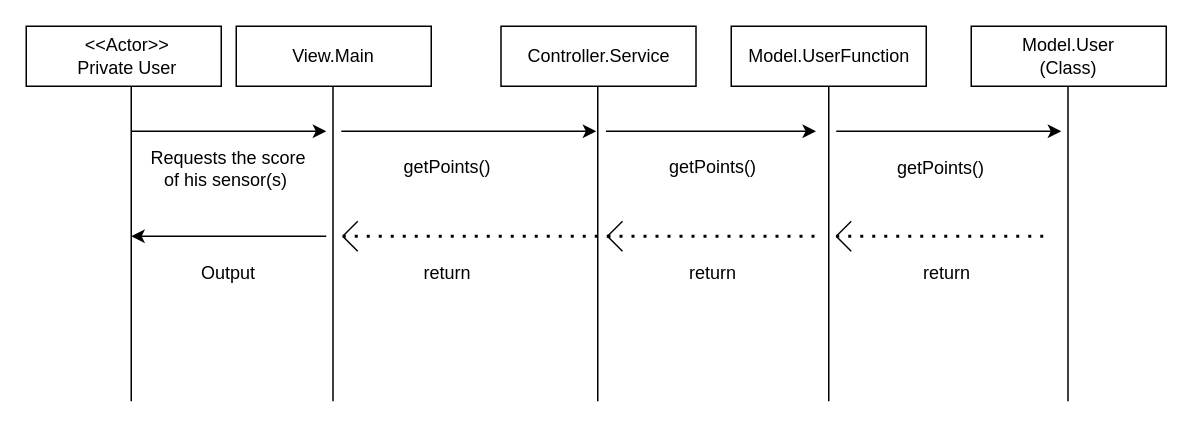
This is Sequence diagram _ View reward points.drawio from jimmywengzj/GL-TP, a draw.io file, before an edit. Source tidied: cells renumbered, new cells numbered last; positions are measured from the earlier drawing's top-left corner, leaving out a move shared by most shapes. Both pictures are drawn from the tidied source at 150%, with x=0, y=0 at pixel (26, 26).
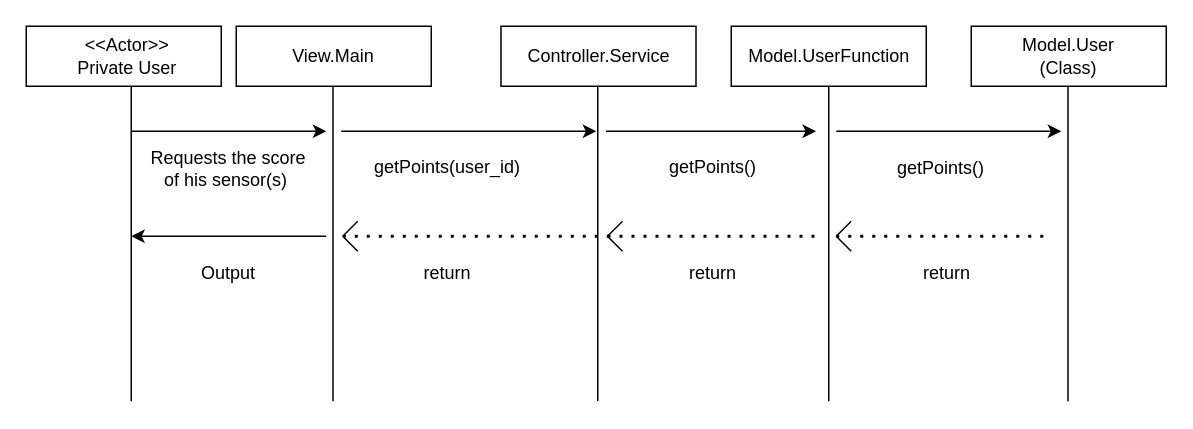
The same page after the edit.

Change to the diagram source:
```diff
@@
-    <mxCell id="11" value="getPoints()" style="text;html=1;strokeColor=none;fillColor=none;align=center;verticalAlign=middle;whiteSpace=wrap;rounded=0;" parent="1" vertex="1">
+    <mxCell id="11" value="getPoints(user_id)" style="text;html=1;strokeColor=none;fillColor=none;align=center;verticalAlign=middle;whiteSpace=wrap;rounded=0;" parent="1" vertex="1">
       <mxGeometry x="211" y="79" width="140" height="30" as="geometry" />
     </mxCell>
```
